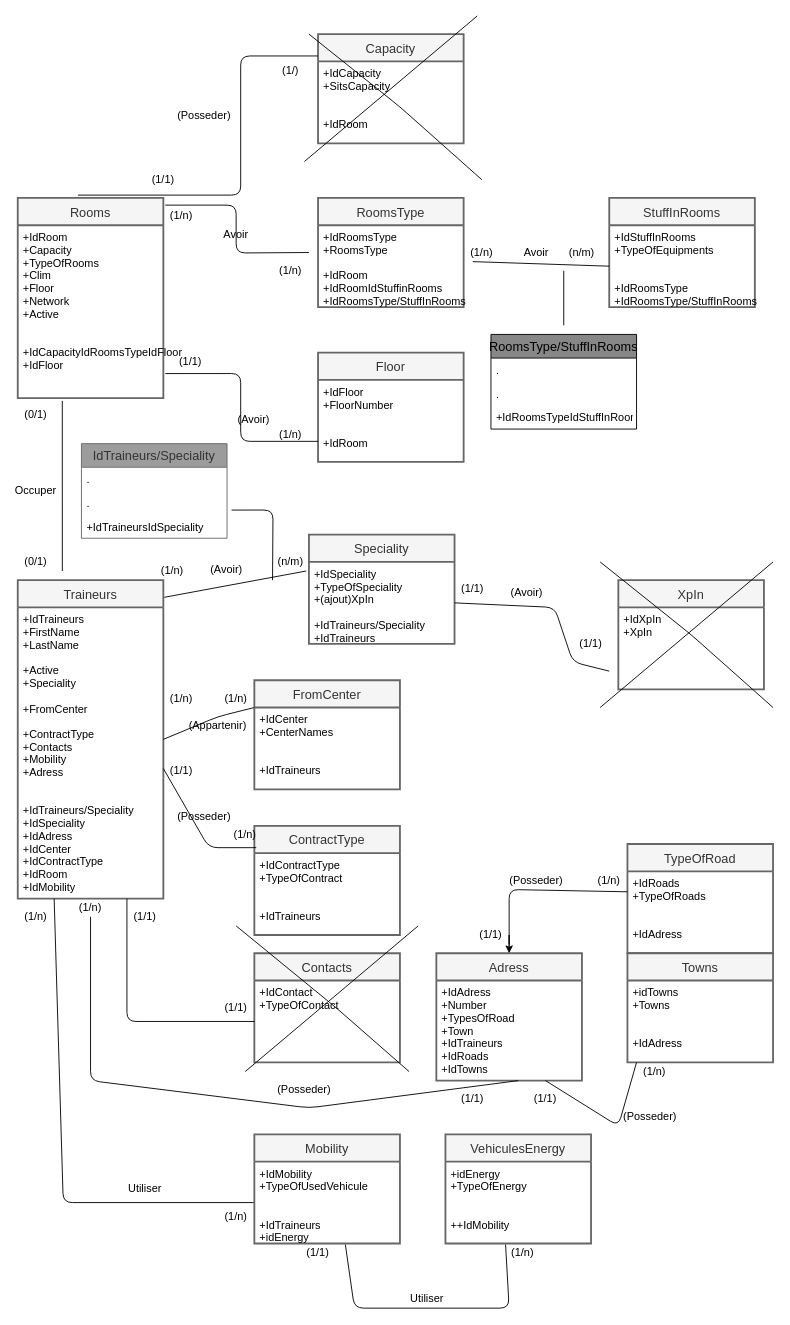
This is Cours table.drawio from torkhan/MarcRemiseExo-tables, a draw.io file, before an edit. Source tidied: cells renumbered, new cells numbered last; positions are measured from the earlier drawing's top-left corner, leaving out a move shared by most shapes. Both pictures are drawn from the tidied source at 91%, with x=0, y=0 at pixel (17, 15).
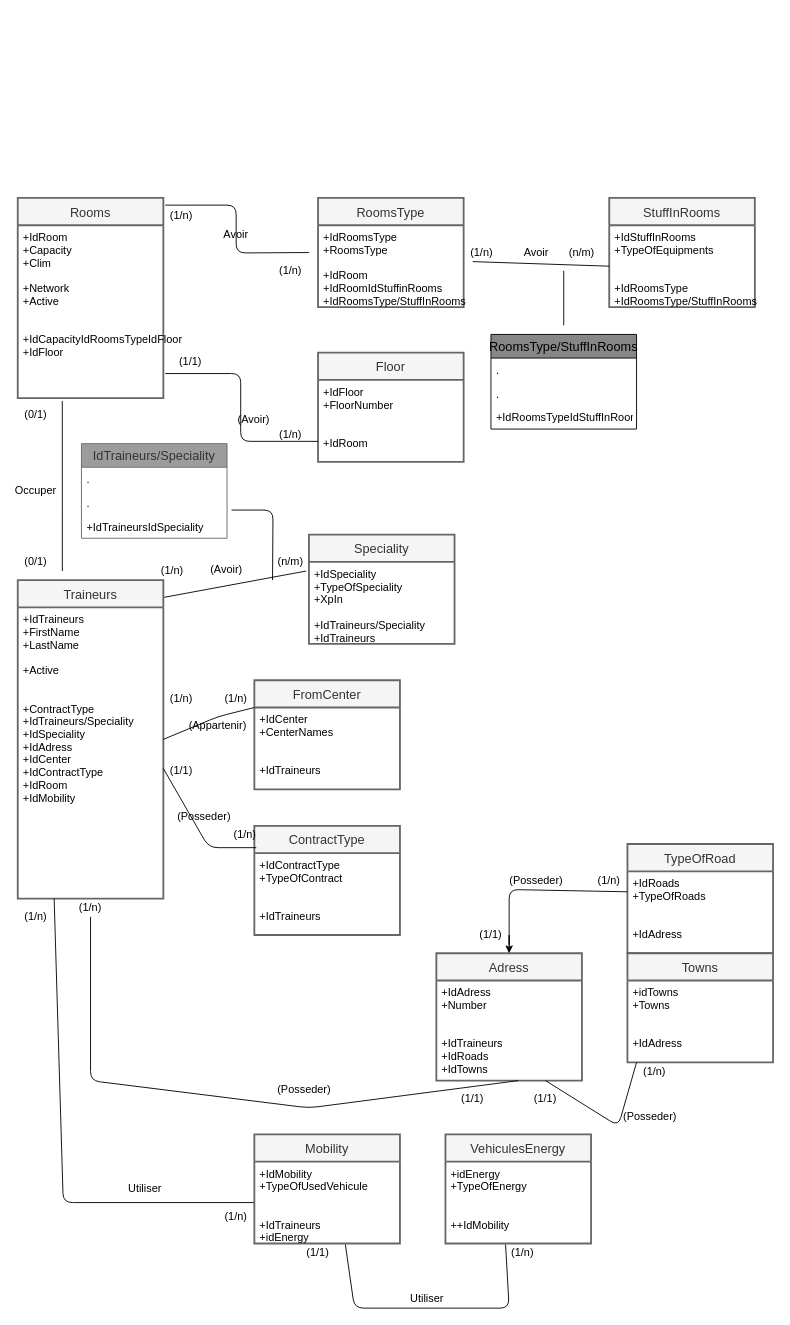
The same page after the edit.

The change refers to these unchanged cells:
```xml
<mxCell id="2" value="Rooms" style="swimlane;horizontal=1;startSize=30;fillColor=#f5f5f5;fontColor=#333333;rounded=0;fontSize=14;fontStyle=0;strokeWidth=2;shadow=0;dashed=0;align=center;swimlaneFillColor=#ffffff;strokeColor=#666666;" parent="1" vertex="1">
  <mxGeometry y="200" width="160" height="220" as="geometry" />
</mxCell>
<mxCell id="10" value="Traineurs" style="swimlane;horizontal=1;startSize=30;fillColor=#f5f5f5;fontColor=#333333;rounded=0;fontSize=14;fontStyle=0;strokeWidth=2;shadow=0;dashed=0;align=center;labelBackgroundColor=none;strokeColor=#666666;" parent="1" vertex="1">
  <mxGeometry y="620" width="160" height="350" as="geometry" />
</mxCell>
<mxCell id="12" value="Speciality" style="swimlane;horizontal=1;startSize=30;fillColor=#f5f5f5;rounded=0;fontSize=14;fontStyle=0;strokeWidth=2;shadow=0;dashed=0;align=center;labelBackgroundColor=none;strokeColor=#666666;fontColor=#333333;" parent="1" vertex="1">
  <mxGeometry x="320" y="570" width="160" height="120" as="geometry" />
</mxCell>
<mxCell id="27" value="Adress" style="swimlane;horizontal=1;startSize=30;fillColor=#f5f5f5;rounded=0;fontSize=14;fontStyle=0;strokeWidth=2;shadow=0;dashed=0;align=center;labelBackgroundColor=none;strokeColor=#666666;fontColor=#333333;" parent="1" vertex="1">
  <mxGeometry x="460" y="1030" width="160" height="140" as="geometry" />
</mxCell>
```

What changed in the source:
```diff
@@
-    <mxCell id="3" value="+IdRoom&#10;+Capacity&#10;+TypeOfRooms&#10;+Clim&#10;+Floor&#10;+Network&#10;+Active&#10;&#10;&#10;+IdCapacityIdRoomsTypeIdFloor&#10;+IdFloor&#10;&#10;&#10;&#10;&#10;" style="align=left;strokeColor=none;fillColor=none;spacingLeft=4;fontSize=12;verticalAlign=top;labelBackgroundColor=none;" parent="2" vertex="1">
+    <mxCell id="3" value="+IdRoom&#10;+Capacity&#10;+Clim&#10;&#10;+Network&#10;+Active&#10;&#10;&#10;+IdCapacityIdRoomsTypeIdFloor&#10;+IdFloor&#10;&#10;&#10;&#10;&#10;" style="align=left;strokeColor=none;fillColor=none;spacingLeft=4;fontSize=12;verticalAlign=top;labelBackgroundColor=none;" parent="2" vertex="1">
       <mxGeometry y="30" width="160" height="190" as="geometry" />
     </mxCell>
-    <mxCell id="4" value="Capacity" style="swimlane;horizontal=1;startSize=30;fillColor=#f5f5f5;rounded=0;fontSize=14;fontStyle=0;strokeWidth=2;shadow=0;dashed=0;align=center;labelBackgroundColor=none;strokeColor=#666666;fontColor=#333333;" parent="1" vertex="1">
-      <mxGeometry x="330" y="20" width="160" height="120" as="geometry" />
-    </mxCell>
-    <mxCell id="5" style="endArrow=none;html=1;" parent="4" edge="1">
-      <mxGeometry relative="1" as="geometry">
-        <mxPoint x="-10" as="sourcePoint" />
-        <mxPoint x="180" y="160" as="targetPoint" />
-        <Array as="points">
-          <mxPoint x="90" y="80" />
-        </Array>
-      </mxGeometry>
-    </mxCell>
-    <mxCell id="6" style="endArrow=none;html=1;" parent="4" edge="1">
-      <mxGeometry relative="1" as="geometry">
-        <mxPoint x="-15" y="140" as="sourcePoint" />
-        <mxPoint x="175" y="-20" as="targetPoint" />
-      </mxGeometry>
-    </mxCell>
-    <mxCell id="7" value="+IdCapacity&#10;+SitsCapacity&#10;&#10;&#10;+IdRoom&#10;" style="align=left;strokeColor=none;fillColor=none;spacingLeft=4;fontSize=12;verticalAlign=top;" parent="4" vertex="1">
-      <mxGeometry y="30" width="160" height="90" as="geometry" />
-    </mxCell>
@@
-    <mxCell id="11" value="+IdTraineurs&#10;+FirstName&#10;+LastName&#10;&#10;+Active&#10;+Speciality&#10;&#10;+FromCenter&#10;&#10;+ContractType&#10;+Contacts&#10;+Mobility&#10;+Adress&#10;&#10;&#10;+IdTraineurs/Speciality&#10;+IdSpeciality&#10;+IdAdress&#10;+IdCenter&#10;+IdContractType&#10;+IdRoom&#10;+IdMobility&#10;&#10;&#10;&#10;" style="align=left;strokeColor=none;fillColor=none;spacingLeft=4;fontSize=12;verticalAlign=top;" parent="10" vertex="1">
+    <mxCell id="11" value="+IdTraineurs&#10;+FirstName&#10;+LastName&#10;&#10;+Active&#10;&#10;&#10;+ContractType&#10;+IdTraineurs/Speciality&#10;+IdSpeciality&#10;+IdAdress&#10;+IdCenter&#10;+IdContractType&#10;+IdRoom&#10;+IdMobility&#10;&#10;&#10;&#10;" style="align=left;strokeColor=none;fillColor=none;spacingLeft=4;fontSize=12;verticalAlign=top;" parent="10" vertex="1">
       <mxGeometry y="30" width="160" height="320" as="geometry" />
     </mxCell>
@@
-    <mxCell id="13" value="+IdSpeciality&#10;+TypeOfSpeciality&#10;+(ajout)XpIn&#10;&#10;+IdTraineurs/Speciality&#10;+IdTraineurs&#10;" style="align=left;strokeColor=none;fillColor=none;spacingLeft=4;fontSize=12;verticalAlign=top;" parent="12" vertex="1">
+    <mxCell id="13" value="+IdSpeciality&#10;+TypeOfSpeciality&#10;+XpIn&#10;&#10;+IdTraineurs/Speciality&#10;+IdTraineurs&#10;" style="align=left;strokeColor=none;fillColor=none;spacingLeft=4;fontSize=12;verticalAlign=top;" parent="12" vertex="1">
       <mxGeometry y="30" width="160" height="90" as="geometry" />
     </mxCell>
@@
-    <mxCell id="18" value="Contacts" style="swimlane;horizontal=1;startSize=30;fillColor=#f5f5f5;rounded=0;fontSize=14;fontStyle=0;strokeWidth=2;shadow=0;dashed=0;align=center;labelBackgroundColor=none;strokeColor=#666666;fontColor=#333333;" parent="1" vertex="1">
-      <mxGeometry x="260" y="1030" width="160" height="120" as="geometry" />
-    </mxCell>
-    <mxCell id="19" style="endArrow=none;html=1;" parent="18" edge="1">
-      <mxGeometry relative="1" as="geometry">
-        <mxPoint x="-20" y="-30" as="sourcePoint" />
-        <mxPoint x="170" y="130" as="targetPoint" />
-        <Array as="points">
-          <mxPoint x="90" y="60" />
-        </Array>
-      </mxGeometry>
-    </mxCell>
-    <mxCell id="20" value="+IdContact&#10;+TypeOfContact&#10;" style="align=left;strokeColor=none;fillColor=none;spacingLeft=4;fontSize=12;verticalAlign=top;" parent="18" vertex="1">
-      <mxGeometry y="30" width="160" height="90" as="geometry" />
-    </mxCell>
-    <mxCell id="21" style="endArrow=none;html=1;" parent="18" edge="1">
-      <mxGeometry relative="1" as="geometry">
-        <mxPoint x="-10" y="130" as="sourcePoint" />
-        <mxPoint x="180" y="-30" as="targetPoint" />
-      </mxGeometry>
-    </mxCell>
@@
-    <mxCell id="28" value="+IdAdress&#10;+Number&#10;+TypesOfRoad&#10;+Town&#10;+IdTraineurs&#10;+IdRoads&#10;+IdTowns&#10;&#10;" style="align=left;strokeColor=none;fillColor=none;spacingLeft=4;fontSize=12;verticalAlign=top;" parent="27" vertex="1">
+    <mxCell id="28" value="+IdAdress&#10;+Number&#10;&#10;&#10;+IdTraineurs&#10;+IdRoads&#10;+IdTowns&#10;&#10;" style="align=left;strokeColor=none;fillColor=none;spacingLeft=4;fontSize=12;verticalAlign=top;" parent="27" vertex="1">
       <mxGeometry y="30" width="160" height="110" as="geometry" />
     </mxCell>
@@
-    <mxCell id="33" value="XpIn" style="swimlane;horizontal=1;startSize=30;fillColor=#f5f5f5;rounded=0;fontSize=14;fontStyle=0;strokeWidth=2;shadow=0;dashed=0;align=center;labelBackgroundColor=none;strokeColor=#666666;fontColor=#333333;" parent="1" vertex="1">
-      <mxGeometry x="660" y="620" width="160" height="120" as="geometry" />
-    </mxCell>
-    <mxCell id="34" style="endArrow=none;html=1;" parent="33" edge="1">
-      <mxGeometry relative="1" as="geometry">
-        <mxPoint x="-20" y="140" as="sourcePoint" />
-        <mxPoint x="170" y="-20" as="targetPoint" />
-      </mxGeometry>
-    </mxCell>
-    <mxCell id="35" value="+IdXpIn&#10;+XpIn&#10;" style="align=left;strokeColor=none;fillColor=none;spacingLeft=4;fontSize=12;verticalAlign=top;" parent="33" vertex="1">
-      <mxGeometry y="30" width="160" height="90" as="geometry" />
-    </mxCell>
-    <mxCell id="36" value="(1/1)" style="text;html=1;strokeColor=none;fillColor=none;align=center;verticalAlign=middle;whiteSpace=wrap;rounded=0;" parent="1" vertex="1">
-      <mxGeometry x="140" y="170" width="40" height="20" as="geometry" />
-    </mxCell>
-    <mxCell id="37" value="(Posseder)" style="text;html=1;strokeColor=none;fillColor=none;align=center;verticalAlign=middle;whiteSpace=wrap;rounded=0;" parent="1" vertex="1">
-      <mxGeometry x="170" y="100" width="70" height="20" as="geometry" />
-    </mxCell>
-    <mxCell id="38" value="(1/)" style="text;html=1;strokeColor=none;fillColor=none;align=center;verticalAlign=middle;whiteSpace=wrap;rounded=0;" parent="1" vertex="1">
-      <mxGeometry x="280" y="50" width="40" height="20" as="geometry" />
-    </mxCell>
@@
-    <mxCell id="57" style="endArrow=none;html=1;edgeStyle=orthogonalEdgeStyle;entryX=0;entryY=0.2;entryDx=0;entryDy=0;entryPerimeter=0;exitX=0.413;exitY=-0.014;exitDx=0;exitDy=0;exitPerimeter=0;" parent="1" edge="1" source="2" target="4">
-      <mxGeometry relative="1" as="geometry" />
-    </mxCell>
@@
-    <mxCell id="72" value="(1/1)" style="text;html=1;strokeColor=none;fillColor=none;align=center;verticalAlign=middle;whiteSpace=wrap;rounded=0;" parent="1" vertex="1">
-      <mxGeometry x="480" y="620" width="40" height="20" as="geometry" />
-    </mxCell>
-    <mxCell id="73" value="(Avoir)" style="text;html=1;" parent="1" vertex="1">
-      <mxGeometry x="540" y="620" width="60" height="30" as="geometry" />
-    </mxCell>
-    <mxCell id="74" value="(1/1)" style="text;html=1;strokeColor=none;fillColor=none;align=center;verticalAlign=middle;whiteSpace=wrap;rounded=0;" parent="1" vertex="1">
-      <mxGeometry x="610" y="680" width="40" height="20" as="geometry" />
-    </mxCell>
-    <mxCell id="75" style="endArrow=none;html=1;exitX=1;exitY=0.5;exitDx=0;exitDy=0;" parent="1" edge="1" source="13">
-      <mxGeometry relative="1" as="geometry">
-        <mxPoint x="650" y="720" as="targetPoint" />
-        <Array as="points">
-          <mxPoint x="590" y="650" />
-          <mxPoint x="610" y="710" />
-        </Array>
-      </mxGeometry>
-    </mxCell>
-    <mxCell id="76" style="endArrow=none;html=1;" parent="1" edge="1">
-      <mxGeometry relative="1" as="geometry">
-        <mxPoint x="640" y="600" as="sourcePoint" />
-        <mxPoint x="830" y="760" as="targetPoint" />
-        <Array as="points">
-          <mxPoint x="740" y="680" />
-        </Array>
-      </mxGeometry>
-    </mxCell>
@@
-    <mxCell id="85" style="endArrow=none;html=1;exitX=0.75;exitY=1;exitDx=0;exitDy=0;entryX=0;entryY=0.5;entryDx=0;entryDy=0;" parent="1" edge="1" source="11" target="20">
-      <mxGeometry relative="1" as="geometry">
-        <Array as="points">
-          <mxPoint x="120" y="1105" />
-        </Array>
-      </mxGeometry>
-    </mxCell>
-    <mxCell id="86" value="(1/1)" style="text;html=1;strokeColor=none;fillColor=none;align=center;verticalAlign=middle;whiteSpace=wrap;rounded=0;" parent="1" vertex="1">
-      <mxGeometry x="120" y="980" width="40" height="20" as="geometry" />
-    </mxCell>
-    <mxCell id="87" value="(1/1)" style="text;html=1;strokeColor=none;fillColor=none;align=center;verticalAlign=middle;whiteSpace=wrap;rounded=0;" parent="1" vertex="1">
-      <mxGeometry x="220" y="1080" width="40" height="20" as="geometry" />
-    </mxCell>
```
